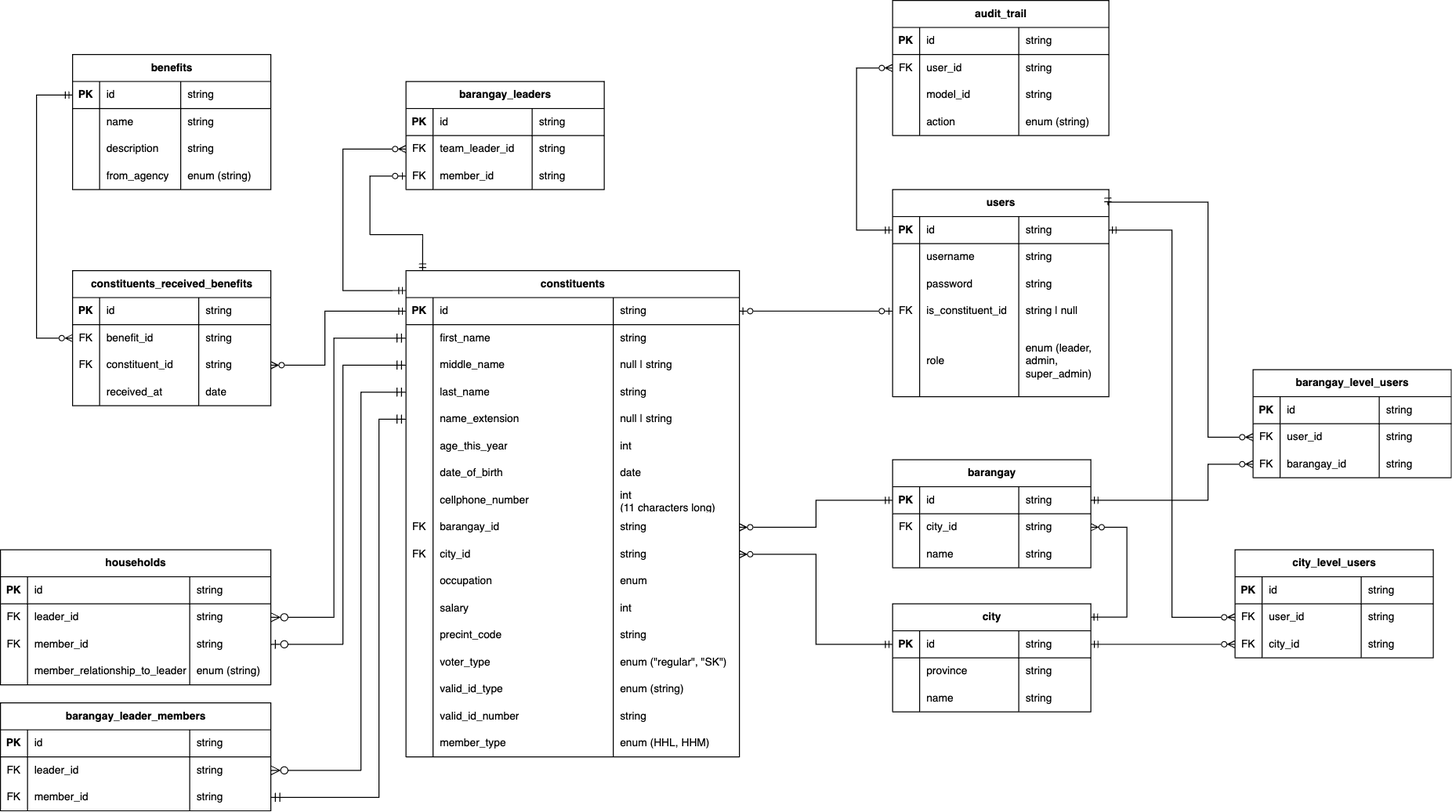
The draw.io diagram resources/references/database_schema.png in 13luecloud/constituents-record, before a commit. Source tidied: cells renumbered, new cells last; positions are measured from the earlier drawing's top-left corner, leaving out a move shared by most shapes.
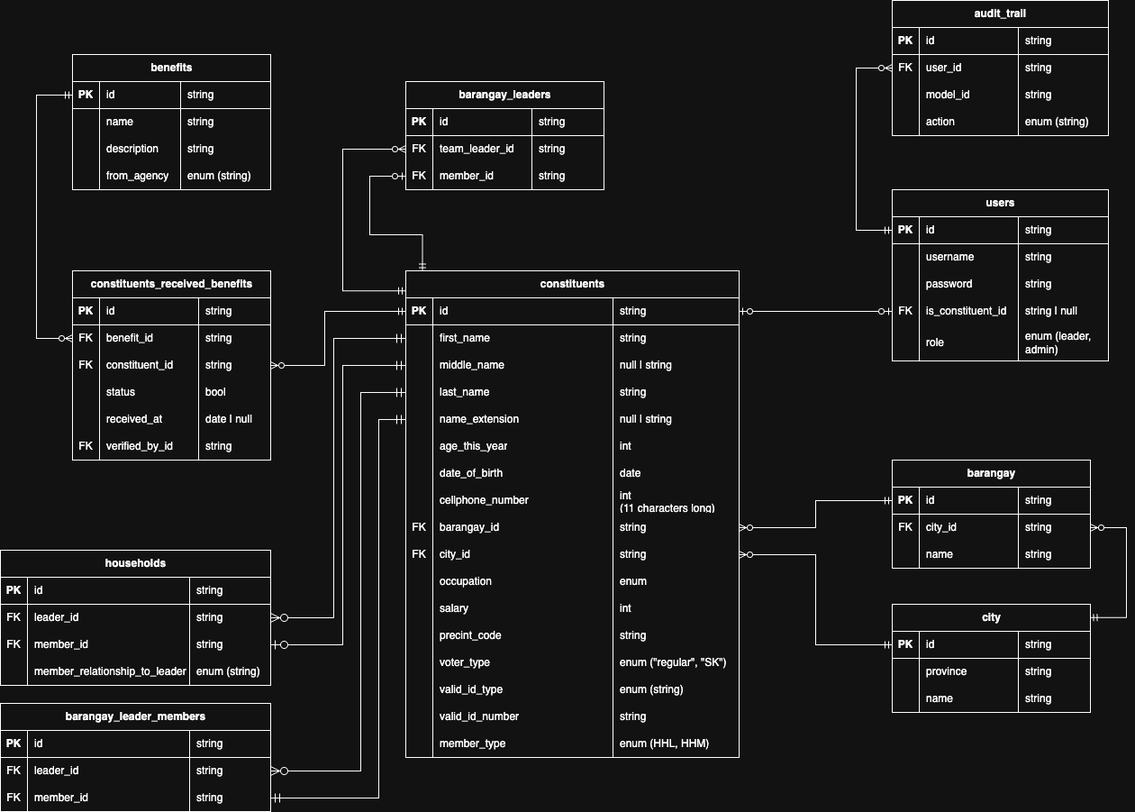
The same file after the commit.

Commit message:
feat: updated database schema reference and migration files

What changed in the source:
```diff
@@ -3,7 +3,7 @@
     <mxCell id="0" />
     <mxCell id="1" parent="0" />
     <mxCell id="2" value="users" style="shape=table;startSize=30;rowLines=0;fontStyle=1;align=center;html=1;" parent="1" vertex="1">
-      <mxGeometry x="990" y="210" width="240" height="230" as="geometry" />
+      <mxGeometry x="990" y="210" width="240" height="190" as="geometry" />
     </mxCell>
     <mxCell id="3" style="shape=tableRow;horizontal=0;startSize=0;swimlaneHead=0;swimlaneBody=0;fillColor=none;points=[[0,0.5],[1,0.5]];portConstraint=eastwest;top=0;left=0;right=0;bottom=1;" parent="2" vertex="1">
       <mxGeometry y="30" width="240" height="30" as="geometry" />
@@ -54,16 +54,16 @@
       <mxGeometry x="140" width="100" height="30" as="geometry" />
     </mxCell>
     <mxCell id="19" style="shape=tableRow;horizontal=0;startSize=0;swimlaneHead=0;swimlaneBody=0;fillColor=none;top=0;left=0;right=0;bottom=0;" parent="2" vertex="1">
-      <mxGeometry y="150" width="240" height="80" as="geometry" />
+      <mxGeometry y="150" width="240" height="40" as="geometry" />
     </mxCell>
     <mxCell id="20" style="shape=partialRectangle;fillColor=none;top=0;left=0;bottom=0;right=0;overflow=hidden;whiteSpace=wrap;html=1;" parent="19" vertex="1">
-      <mxGeometry width="30" height="80" as="geometry" />
+      <mxGeometry width="30" height="40" as="geometry" />
     </mxCell>
     <mxCell id="21" value="role" style="shape=partialRectangle;fillColor=none;top=0;left=0;bottom=0;right=0;align=left;spacingLeft=6;overflow=hidden;whiteSpace=wrap;html=1;" parent="19" vertex="1">
-      <mxGeometry x="30" width="110" height="80" as="geometry" />
+      <mxGeometry x="30" width="110" height="40" as="geometry" />
     </mxCell>
-    <mxCell id="22" value="enum (leader, admin, super_admin&lt;span style=&quot;background-color: transparent; color: light-dark(rgb(0, 0, 0), rgb(255, 255, 255));&quot;&gt;)&lt;/span&gt;" style="shape=partialRectangle;fillColor=none;top=0;left=0;bottom=0;right=0;align=left;spacingLeft=6;overflow=hidden;whiteSpace=wrap;html=1;" parent="19" vertex="1">
-      <mxGeometry x="140" width="100" height="80" as="geometry" />
+    <mxCell id="22" value="enum (leader, admin)" style="shape=partialRectangle;fillColor=none;top=0;left=0;bottom=0;right=0;align=left;spacingLeft=6;overflow=hidden;whiteSpace=wrap;html=1;" parent="19" vertex="1">
+      <mxGeometry x="140" width="100" height="40" as="geometry" />
     </mxCell>
     <mxCell id="23" value="benefits" style="shape=table;startSize=30;rowLines=0;fontStyle=1;align=center;html=1;" parent="1" vertex="1">
       <mxGeometry x="80" y="60" width="220" height="150" as="geometry" />
@@ -402,7 +402,7 @@
       <mxGeometry x="230" width="140" height="30" as="geometry" />
     </mxCell>
     <mxCell id="135" value="constituents_received_benefits" style="shape=table;startSize=30;rowLines=0;fontStyle=1;align=center;html=1;" parent="1" vertex="1">
-      <mxGeometry x="80" y="300" width="220" height="150" as="geometry" />
+      <mxGeometry x="80" y="300" width="220" height="210" as="geometry" />
     </mxCell>
     <mxCell id="136" style="shape=tableRow;horizontal=0;startSize=0;swimlaneHead=0;swimlaneBody=0;fillColor=none;top=0;left=0;right=0;bottom=1;" parent="135" vertex="1">
       <mxGeometry y="30" width="220" height="30" as="geometry" />
@@ -440,8 +440,20 @@
     <mxCell id="147" value="string" style="shape=partialRectangle;fillColor=none;top=0;left=0;bottom=0;right=0;align=left;spacingLeft=6;overflow=hidden;whiteSpace=wrap;html=1;" parent="144" vertex="1">
       <mxGeometry x="140" width="80" height="30" as="geometry" />
     </mxCell>
+    <mxCell id="256" style="shape=tableRow;horizontal=0;startSize=0;swimlaneHead=0;swimlaneBody=0;fillColor=none;top=0;left=0;right=0;bottom=0;" parent="135" vertex="1">
+      <mxGeometry y="120" width="220" height="30" as="geometry" />
+    </mxCell>
+    <mxCell id="257" style="shape=partialRectangle;fillColor=none;top=0;left=0;bottom=0;right=0;overflow=hidden;whiteSpace=wrap;html=1;" parent="256" vertex="1">
+      <mxGeometry width="30" height="30" as="geometry" />
+    </mxCell>
+    <mxCell id="258" value="status" style="shape=partialRectangle;fillColor=none;top=0;left=0;bottom=0;right=0;align=left;spacingLeft=6;overflow=hidden;whiteSpace=wrap;html=1;" parent="256" vertex="1">
+      <mxGeometry x="30" width="110" height="30" as="geometry" />
+    </mxCell>
+    <mxCell id="259" value="bool" style="shape=partialRectangle;fillColor=none;top=0;left=0;bottom=0;right=0;align=left;spacingLeft=6;overflow=hidden;whiteSpace=wrap;html=1;" parent="256" vertex="1">
+      <mxGeometry x="140" width="80" height="30" as="geometry" />
+    </mxCell>
     <mxCell id="148" style="shape=tableRow;horizontal=0;startSize=0;swimlaneHead=0;swimlaneBody=0;fillColor=none;top=0;left=0;right=0;bottom=0;" parent="135" vertex="1">
-      <mxGeometry y="120" width="220" height="30" as="geometry" />
+      <mxGeometry y="150" width="220" height="30" as="geometry" />
     </mxCell>
     <mxCell id="149" style="shape=partialRectangle;fillColor=none;top=0;left=0;bottom=0;right=0;overflow=hidden;whiteSpace=wrap;html=1;" parent="148" vertex="1">
       <mxGeometry width="30" height="30" as="geometry" />
@@ -449,9 +461,21 @@
     <mxCell id="150" value="received_at" style="shape=partialRectangle;fillColor=none;top=0;left=0;bottom=0;right=0;align=left;spacingLeft=6;overflow=hidden;whiteSpace=wrap;html=1;" parent="148" vertex="1">
       <mxGeometry x="30" width="110" height="30" as="geometry" />
     </mxCell>
-    <mxCell id="151" value="date" style="shape=partialRectangle;fillColor=none;top=0;left=0;bottom=0;right=0;align=left;spacingLeft=6;overflow=hidden;whiteSpace=wrap;html=1;" parent="148" vertex="1">
+    <mxCell id="151" value="date | null" style="shape=partialRectangle;fillColor=none;top=0;left=0;bottom=0;right=0;align=left;spacingLeft=6;overflow=hidden;whiteSpace=wrap;html=1;" parent="148" vertex="1">
       <mxGeometry x="140" width="80" height="30" as="geometry" />
     </mxCell>
+    <mxCell id="260" style="shape=tableRow;horizontal=0;startSize=0;swimlaneHead=0;swimlaneBody=0;fillColor=none;top=0;left=0;right=0;bottom=0;" parent="135" vertex="1">
+      <mxGeometry y="180" width="220" height="30" as="geometry" />
+    </mxCell>
+    <mxCell id="261" value="FK" style="shape=partialRectangle;fillColor=none;top=0;left=0;bottom=0;right=0;overflow=hidden;whiteSpace=wrap;html=1;" parent="260" vertex="1">
+      <mxGeometry width="30" height="30" as="geometry" />
+    </mxCell>
+    <mxCell id="262" value="verified_by_id" style="shape=partialRectangle;fillColor=none;top=0;left=0;bottom=0;right=0;align=left;spacingLeft=6;overflow=hidden;whiteSpace=wrap;html=1;" parent="260" vertex="1">
+      <mxGeometry x="30" width="110" height="30" as="geometry" />
+    </mxCell>
+    <mxCell id="263" value="string" style="shape=partialRectangle;fillColor=none;top=0;left=0;bottom=0;right=0;align=left;spacingLeft=6;overflow=hidden;whiteSpace=wrap;html=1;" parent="260" vertex="1">
+      <mxGeometry x="140" width="80" height="30" as="geometry" />
+    </mxCell>
     <mxCell id="152" value="barangay_leaders" style="shape=table;startSize=30;rowLines=0;fontStyle=1;align=center;html=1;" parent="1" vertex="1">
       <mxGeometry x="450" y="90" width="220" height="120" as="geometry" />
     </mxCell>
@@ -491,84 +515,6 @@
     <mxCell id="164" value="string" style="shape=partialRectangle;fillColor=none;top=0;left=0;bottom=0;right=0;align=left;spacingLeft=6;overflow=hidden;whiteSpace=wrap;html=1;" parent="161" vertex="1">
       <mxGeometry x="140" width="80" height="30" as="geometry" />
     </mxCell>
-    <mxCell id="165" value="barangay_level_users" style="shape=table;startSize=30;rowLines=0;fontStyle=1;align=center;html=1;" parent="1" vertex="1">
-      <mxGeometry x="1390" y="410" width="220" height="120" as="geometry" />
-    </mxCell>
-    <mxCell id="166" style="shape=tableRow;horizontal=0;startSize=0;swimlaneHead=0;swimlaneBody=0;fillColor=none;top=0;left=0;right=0;bottom=1;" parent="165" vertex="1">
-      <mxGeometry y="30" width="220" height="30" as="geometry" />
-    </mxCell>
-    <mxCell id="167" value="PK" style="shape=partialRectangle;fillColor=none;top=0;left=0;bottom=0;right=0;fontStyle=1;overflow=hidden;whiteSpace=wrap;html=1;" parent="166" vertex="1">
-      <mxGeometry width="30" height="30" as="geometry" />
-    </mxCell>
-    <mxCell id="168" value="&lt;span style=&quot;font-weight: normal;&quot;&gt;id&lt;/span&gt;" style="shape=partialRectangle;fillColor=none;top=0;left=0;bottom=0;right=0;align=left;spacingLeft=6;fontStyle=1;overflow=hidden;whiteSpace=wrap;html=1;" parent="166" vertex="1">
-      <mxGeometry x="30" width="110" height="30" as="geometry" />
-    </mxCell>
-    <mxCell id="169" value="&lt;span style=&quot;font-weight: normal;&quot;&gt;string&lt;/span&gt;" style="shape=partialRectangle;fillColor=none;top=0;left=0;bottom=0;right=0;align=left;spacingLeft=6;fontStyle=1;overflow=hidden;whiteSpace=wrap;html=1;" parent="166" vertex="1">
-      <mxGeometry x="140" width="80" height="30" as="geometry" />
-    </mxCell>
-    <mxCell id="170" style="shape=tableRow;horizontal=0;startSize=0;swimlaneHead=0;swimlaneBody=0;fillColor=none;points=[[0,0.5],[1,0.5]];portConstraint=eastwest;top=0;left=0;right=0;bottom=0;" parent="165" vertex="1">
-      <mxGeometry y="60" width="220" height="30" as="geometry" />
-    </mxCell>
-    <mxCell id="171" value="FK" style="shape=partialRectangle;fillColor=none;top=0;left=0;bottom=0;right=0;overflow=hidden;whiteSpace=wrap;html=1;" parent="170" vertex="1">
-      <mxGeometry width="30" height="30" as="geometry" />
-    </mxCell>
-    <mxCell id="172" value="user_id" style="shape=partialRectangle;fillColor=none;top=0;left=0;bottom=0;right=0;align=left;spacingLeft=6;overflow=hidden;whiteSpace=wrap;html=1;" parent="170" vertex="1">
-      <mxGeometry x="30" width="110" height="30" as="geometry" />
-    </mxCell>
-    <mxCell id="173" value="string" style="shape=partialRectangle;fillColor=none;top=0;left=0;bottom=0;right=0;align=left;spacingLeft=6;overflow=hidden;whiteSpace=wrap;html=1;" parent="170" vertex="1">
-      <mxGeometry x="140" width="80" height="30" as="geometry" />
-    </mxCell>
-    <mxCell id="174" style="shape=tableRow;horizontal=0;startSize=0;swimlaneHead=0;swimlaneBody=0;fillColor=none;points=[[0,0.5],[1,0.5]];portConstraint=eastwest;top=0;left=0;right=0;bottom=0;" parent="165" vertex="1">
-      <mxGeometry y="90" width="220" height="30" as="geometry" />
-    </mxCell>
-    <mxCell id="175" value="FK" style="shape=partialRectangle;fillColor=none;top=0;left=0;bottom=0;right=0;overflow=hidden;whiteSpace=wrap;html=1;" parent="174" vertex="1">
-      <mxGeometry width="30" height="30" as="geometry" />
-    </mxCell>
-    <mxCell id="176" value="barangay_id" style="shape=partialRectangle;fillColor=none;top=0;left=0;bottom=0;right=0;align=left;spacingLeft=6;overflow=hidden;whiteSpace=wrap;html=1;" parent="174" vertex="1">
-      <mxGeometry x="30" width="110" height="30" as="geometry" />
-    </mxCell>
-    <mxCell id="177" value="string" style="shape=partialRectangle;fillColor=none;top=0;left=0;bottom=0;right=0;align=left;spacingLeft=6;overflow=hidden;whiteSpace=wrap;html=1;" parent="174" vertex="1">
-      <mxGeometry x="140" width="80" height="30" as="geometry" />
-    </mxCell>
-    <mxCell id="178" value="city_level_users" style="shape=table;startSize=30;rowLines=0;fontStyle=1;align=center;html=1;" parent="1" vertex="1">
-      <mxGeometry x="1370" y="610" width="220" height="120" as="geometry" />
-    </mxCell>
-    <mxCell id="179" style="shape=tableRow;horizontal=0;startSize=0;swimlaneHead=0;swimlaneBody=0;fillColor=none;top=0;left=0;right=0;bottom=1;" parent="178" vertex="1">
-      <mxGeometry y="30" width="220" height="30" as="geometry" />
-    </mxCell>
-    <mxCell id="180" value="PK" style="shape=partialRectangle;fillColor=none;top=0;left=0;bottom=0;right=0;fontStyle=1;overflow=hidden;whiteSpace=wrap;html=1;" parent="179" vertex="1">
-      <mxGeometry width="30" height="30" as="geometry" />
-    </mxCell>
-    <mxCell id="181" value="&lt;span style=&quot;font-weight: normal;&quot;&gt;id&lt;/span&gt;" style="shape=partialRectangle;fillColor=none;top=0;left=0;bottom=0;right=0;align=left;spacingLeft=6;fontStyle=1;overflow=hidden;whiteSpace=wrap;html=1;" parent="179" vertex="1">
-      <mxGeometry x="30" width="110" height="30" as="geometry" />
-    </mxCell>
-    <mxCell id="182" value="&lt;span style=&quot;font-weight: normal;&quot;&gt;string&lt;/span&gt;" style="shape=partialRectangle;fillColor=none;top=0;left=0;bottom=0;right=0;align=left;spacingLeft=6;fontStyle=1;overflow=hidden;whiteSpace=wrap;html=1;" parent="179" vertex="1">
-      <mxGeometry x="140" width="80" height="30" as="geometry" />
-    </mxCell>
-    <mxCell id="183" style="shape=tableRow;horizontal=0;startSize=0;swimlaneHead=0;swimlaneBody=0;fillColor=none;points=[[0,0.5],[1,0.5]];portConstraint=eastwest;top=0;left=0;right=0;bottom=0;" parent="178" vertex="1">
-      <mxGeometry y="60" width="220" height="30" as="geometry" />
-    </mxCell>
-    <mxCell id="184" value="FK" style="shape=partialRectangle;fillColor=none;top=0;left=0;bottom=0;right=0;overflow=hidden;whiteSpace=wrap;html=1;" parent="183" vertex="1">
-      <mxGeometry width="30" height="30" as="geometry" />
-    </mxCell>
-    <mxCell id="185" value="user_id" style="shape=partialRectangle;fillColor=none;top=0;left=0;bottom=0;right=0;align=left;spacingLeft=6;overflow=hidden;whiteSpace=wrap;html=1;" parent="183" vertex="1">
-      <mxGeometry x="30" width="110" height="30" as="geometry" />
-    </mxCell>
-    <mxCell id="186" value="string" style="shape=partialRectangle;fillColor=none;top=0;left=0;bottom=0;right=0;align=left;spacingLeft=6;overflow=hidden;whiteSpace=wrap;html=1;" parent="183" vertex="1">
-      <mxGeometry x="140" width="80" height="30" as="geometry" />
-    </mxCell>
-    <mxCell id="187" style="shape=tableRow;horizontal=0;startSize=0;swimlaneHead=0;swimlaneBody=0;fillColor=none;points=[[0,0.5],[1,0.5]];portConstraint=eastwest;top=0;left=0;right=0;bottom=0;" parent="178" vertex="1">
-      <mxGeometry y="90" width="220" height="30" as="geometry" />
-    </mxCell>
-    <mxCell id="188" value="FK" style="shape=partialRectangle;fillColor=none;top=0;left=0;bottom=0;right=0;overflow=hidden;whiteSpace=wrap;html=1;" parent="187" vertex="1">
-      <mxGeometry width="30" height="30" as="geometry" />
-    </mxCell>
-    <mxCell id="189" value="city_id" style="shape=partialRectangle;fillColor=none;top=0;left=0;bottom=0;right=0;align=left;spacingLeft=6;overflow=hidden;whiteSpace=wrap;html=1;" parent="187" vertex="1">
-      <mxGeometry x="30" width="110" height="30" as="geometry" />
-    </mxCell>
-    <mxCell id="190" value="string" style="shape=partialRectangle;fillColor=none;top=0;left=0;bottom=0;right=0;align=left;spacingLeft=6;overflow=hidden;whiteSpace=wrap;html=1;" parent="187" vertex="1">
-      <mxGeometry x="140" width="80" height="30" as="geometry" />
-    </mxCell>
     <mxCell id="191" style="edgeStyle=orthogonalEdgeStyle;rounded=0;jettySize=auto;html=1;exitX=0;exitY=0.5;exitDx=0;exitDy=0;entryX=0;entryY=0.5;entryDx=0;entryDy=0;startArrow=ERmandOne;startFill=0;endArrow=ERzeroToMany;endFill=0;" parent="1" edge="1" source="24" target="140">
       <mxGeometry relative="1" as="geometry">
         <Array as="points">
@@ -603,25 +549,6 @@
     <mxCell id="196" style="edgeStyle=orthogonalEdgeStyle;rounded=0;jettySize=auto;html=1;exitX=0;exitY=0.5;exitDx=0;exitDy=0;entryX=1;entryY=0.5;entryDx=0;entryDy=0;endArrow=ERzeroToMany;endFill=0;startArrow=ERmandOne;startFill=0;" parent="1" edge="1" source="41" target="103">
       <mxGeometry relative="1" as="geometry" />
     </mxCell>
-    <mxCell id="197" style="edgeStyle=orthogonalEdgeStyle;rounded=0;jettySize=auto;html=1;exitX=0;exitY=0.5;exitDx=0;exitDy=0;entryX=0.996;entryY=0.076;entryDx=0;entryDy=0;entryPerimeter=0;endArrow=ERmandOne;endFill=0;startArrow=ERzeroToMany;startFill=0;" parent="1" edge="1" source="170" target="2">
-      <mxGeometry relative="1" as="geometry">
-        <Array as="points">
-          <mxPoint x="1340" y="485" />
-          <mxPoint x="1340" y="224" />
-        </Array>
-      </mxGeometry>
-    </mxCell>
-    <mxCell id="198" style="edgeStyle=orthogonalEdgeStyle;rounded=0;jettySize=auto;html=1;exitX=0;exitY=0.5;exitDx=0;exitDy=0;entryX=1;entryY=0.5;entryDx=0;entryDy=0;endArrow=ERmandOne;endFill=0;startArrow=ERzeroToMany;startFill=0;" parent="1" edge="1" source="174" target="54">
-      <mxGeometry relative="1" as="geometry">
-        <Array as="points">
-          <mxPoint x="1340" y="515" />
-          <mxPoint x="1340" y="555" />
-        </Array>
-      </mxGeometry>
-    </mxCell>
-    <mxCell id="199" style="edgeStyle=orthogonalEdgeStyle;rounded=0;jettySize=auto;html=1;exitX=0;exitY=0.5;exitDx=0;exitDy=0;entryX=1;entryY=0.5;entryDx=0;entryDy=0;startArrow=ERzeroToMany;startFill=0;endArrow=ERmandOne;endFill=0;" parent="1" edge="1" source="187" target="41">
-      <mxGeometry relative="1" as="geometry" />
-    </mxCell>
     <mxCell id="200" style="edgeStyle=orthogonalEdgeStyle;rounded=0;orthogonalLoop=1;jettySize=auto;html=1;exitX=1;exitY=0.5;exitDx=0;exitDy=0;entryX=0;entryY=0.5;entryDx=0;entryDy=0;endArrow=ERmandOne;endFill=0;startArrow=ERzeroToMany;startFill=0;" parent="1" edge="1">
       <mxGeometry relative="1" as="geometry">
         <mxPoint x="1370" y="915" as="targetPoint" />
@@ -635,9 +562,6 @@
         </Array>
       </mxGeometry>
     </mxCell>
-    <mxCell id="202" style="edgeStyle=orthogonalEdgeStyle;rounded=0;jettySize=auto;html=1;exitX=0;exitY=0.5;exitDx=0;exitDy=0;entryX=1;entryY=0.5;entryDx=0;entryDy=0;endArrow=ERmandOne;endFill=0;startArrow=ERzeroToMany;startFill=0;" parent="1" edge="1" source="183" target="3">
-      <mxGeometry relative="1" as="geometry" />
-    </mxCell>
     <mxCell id="203" value="households" style="shape=table;startSize=30;rowLines=0;fontStyle=1;align=center;html=1;" parent="1" vertex="1">
       <mxGeometry y="610" width="300" height="150" as="geometry" />
     </mxCell>
```
